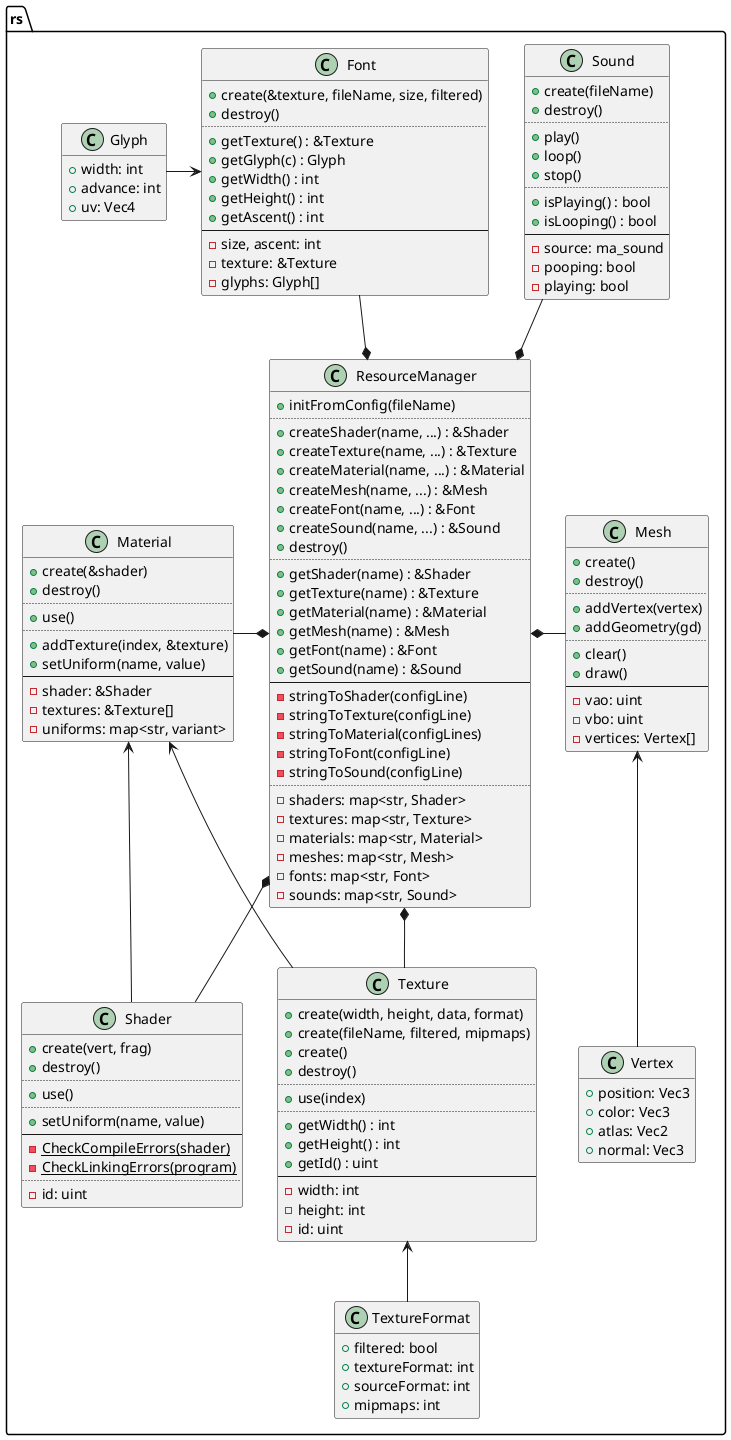
Above: design/res.png in ba6er/marblemaze (PlantUML), before the change.
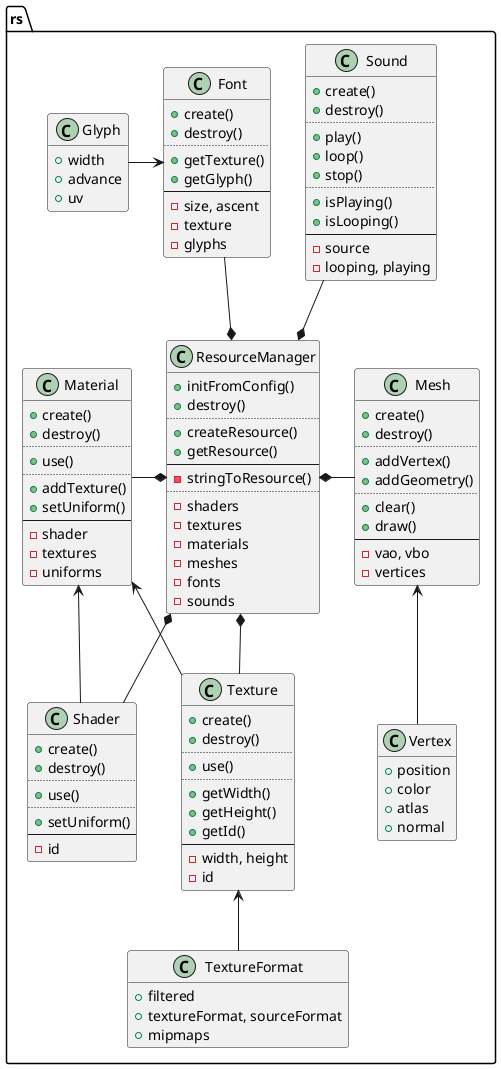
After the commit.

Diff of the diagram source:
```diff
@@ -2,63 +2,56 @@
 set separator ::
 
 class rs::Shader {
-	+create(vert, frag)
+	+create()
 	+destroy()
 	..
 	+use()
 	..
-	+setUniform(name, value)
+	+setUniform()
 	--
-	{static} -CheckCompileErrors(shader)
-	{static} -CheckLinkingErrors(program)
-	..
-	-id: uint
+	-id
 }
 
 class rs::TextureFormat {
-	+filtered: bool
-	+textureFormat: int
-	+sourceFormat: int
-	+mipmaps: int
+	+filtered
+	+textureFormat, sourceFormat
+	+mipmaps
 }
 hide TextureFormat methods
 
 class rs::Texture {
-	+create(width, height, data, format)
-	+create(fileName, filtered, mipmaps)
 	+create()
-	+destroy()
-	..
-	+use(index)
-	..
-	+getWidth() : int
-	+getHeight() : int
-	+getId() : uint
-	--
-	-width: int
-	-height: int
-	-id: uint
-}
-
-class rs::Material {
-	+create(&shader)
 	+destroy()
 	..
 	+use()
 	..
-	+addTexture(index, &texture)
-	+setUniform(name, value)
+	+getWidth()
+	+getHeight()
+	+getId()
 	--
-	-shader: &Shader
-	-textures: &Texture[]
-	-uniforms: map<str, variant>
+	-width, height
+	-id
+}
+
+class rs::Material {
+	+create()
+	+destroy()
+	..
+	+use()
+	..
+	+addTexture()
+	+setUniform()
+	--
+	-shader
+	-textures
+	-uniforms
 }
 
 class rs::Vertex {
-	+position: Vec3
-	+color: Vec3
-	+atlas: Vec2
-	+normal: Vec3
+	+position
+	+color
+	+atlas
+	+normal
 }
 hide Vertex methods
 
@@ -66,85 +59,65 @@
 	+create()
 	+destroy()
 	..
-	+addVertex(vertex)
-	+addGeometry(gd)
+	+addVertex()
+	+addGeometry()
 	..
 	+clear()
 	+draw()
 	--
-	-vao: uint
-	-vbo: uint
-	-vertices: Vertex[]
+	-vao, vbo
+	-vertices
 }
 
 class rs::Glyph {
-	+width: int
-	+advance: int
-	+uv: Vec4
+	+width
+	+advance
+	+uv
 }
 hide Glyph methods
 
 class rs::Font {
-	+create(&texture, fileName, size, filtered)
+	+create()
 	+destroy()
 	..
-	+getTexture() : &Texture
-	+getGlyph(c) : Glyph
-	+getWidth() : int
-	+getHeight() : int
-	+getAscent() : int
+	+getTexture()
+	+getGlyph()
 	--
-	-size, ascent: int
-	-texture: &Texture
-	-glyphs: Glyph[]
+	-size, ascent
+	-texture
+	-glyphs
 }
 
 class rs::Sound {
-	+create(fileName)
+	+create()
 	+destroy()
 	..
 	+play()
 	+loop()
 	+stop()
 	..
-	+isPlaying() : bool
-	+isLooping() : bool
+	+isPlaying()
+	+isLooping()
 	--
-	-source: ma_sound
-	-pooping: bool
-	-playing: bool
+	-source
+	-looping, playing
 }
 
 class rs::ResourceManager {
-	+initFromConfig(fileName)
-	..
-	+createShader(name, ...) : &Shader
-	+createTexture(name, ...) : &Texture
-	+createMaterial(name, ...) : &Material
-	+createMesh(name, ...) : &Mesh
-	+createFont(name, ...) : &Font
-	+createSound(name, ...) : &Sound
+	+initFromConfig()
 	+destroy()
 	..
-	+getShader(name) : &Shader
-	+getTexture(name) : &Texture
-	+getMaterial(name) : &Material
-	+getMesh(name) : &Mesh
-	+getFont(name) : &Font
-	+getSound(name) : &Sound
+	+createResource()
+	+getResource()
 	--
-	-stringToShader(configLine)
-	-stringToTexture(configLine)
-	-stringToMaterial(configLines)
-	-stringToFont(configLine)
-	-stringToSound(configLine)
+	-stringToResource()
 	..
-	-shaders: map<str, Shader>
-	-textures: map<str, Texture>
-	-materials: map<str, Material>
-	-meshes: map<str, Mesh>
-	-fonts: map<str, Font>
-	-sounds: map<str, Sound>
+	-shaders
+	-textures
+	-materials
+	-meshes
+	-fonts
+	-sounds
 }
 
 Texture <-down- TextureFormat
```
